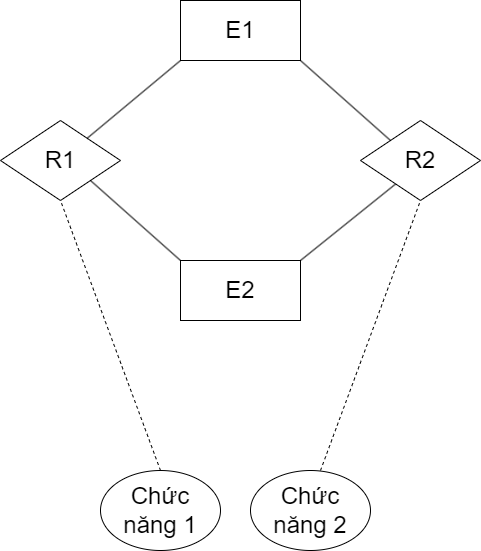
Before: VD2b (Chương 2).png, a diagram exported from draw.io (datnham0212/learning). Source tidied: cells renumbered, new cells last; positions are measured from the earlier drawing's top-left corner, leaving out a move shared by most shapes.
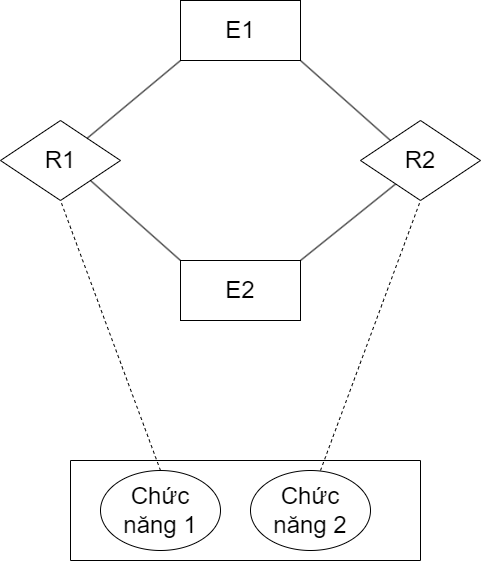
After the commit.

The edit, as a diff of the source:
```diff
@@ -51,5 +51,8 @@
     <mxCell id="13" value="Chức năng 1" style="ellipse;whiteSpace=wrap;html=1;fontSize=24;" parent="1" vertex="1">
       <mxGeometry x="100" y="470" width="120" height="80" as="geometry" />
     </mxCell>
+    <mxCell id="14" style="swimlane;startSize=0;" parent="1" vertex="1">
+      <mxGeometry x="70" y="460" width="350" height="100" as="geometry" />
+    </mxCell>
   </root>
 </mxGraphModel>
```
